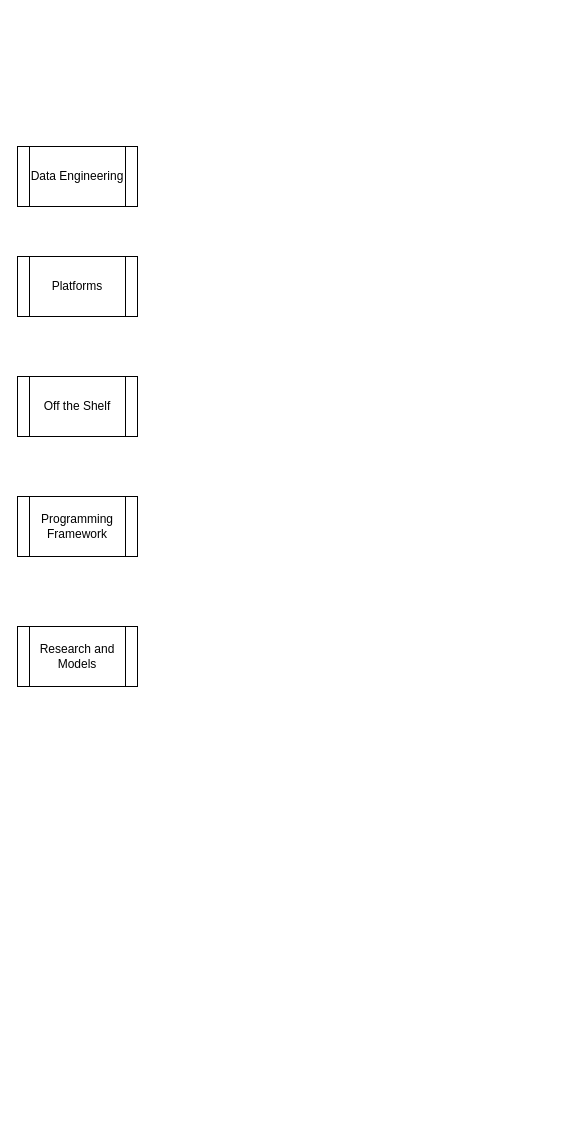
Before: SofAI Curriculum.drawio in lucas29/GenevaSchoolofAI, a draw.io diagram. Source tidied: cells renumbered, new cells numbered last; positions are measured from the earlier drawing's top-left corner, leaving out a move shared by most shapes. Both pictures are drawn from the tidied source at 100%, with x=0, y=0 at pixel (17, 146).
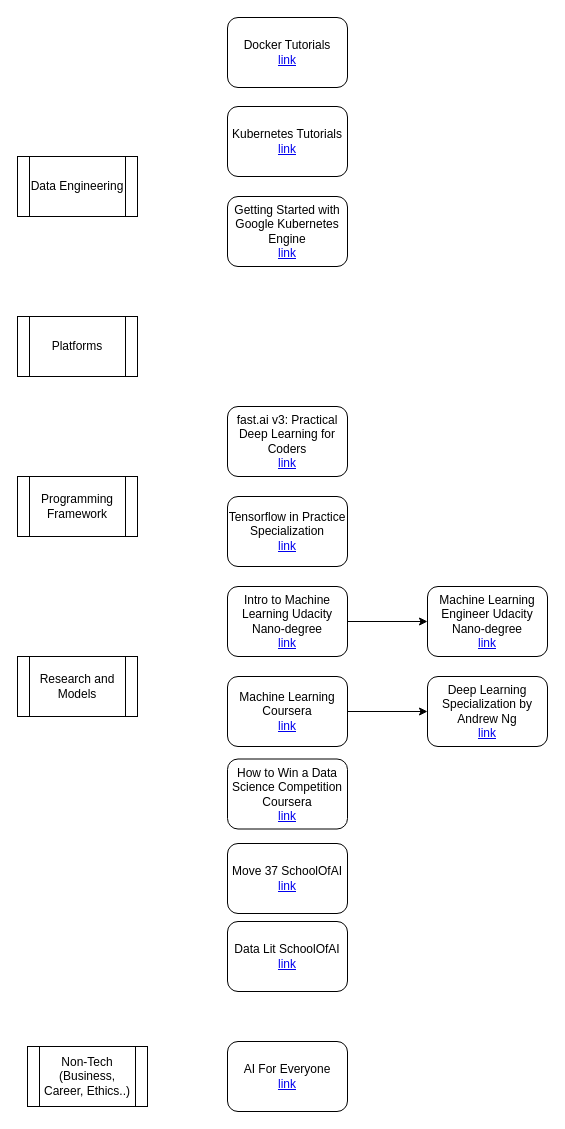
Above is the later version.

Diff of the diagram source:
```diff
@@
     <mxCell id="2" value="Data Engineering" style="shape=process;whiteSpace=wrap;html=1;backgroundOutline=1;" parent="1" vertex="1">
-      <mxGeometry width="120" height="60" as="geometry" />
+      <mxGeometry y="10" width="120" height="60" as="geometry" />
     </mxCell>
     <mxCell id="3" value="Platforms" style="shape=process;whiteSpace=wrap;html=1;backgroundOutline=1;" parent="1" vertex="1">
-      <mxGeometry y="110" width="120" height="60" as="geometry" />
+      <mxGeometry y="170" width="120" height="60" as="geometry" />
     </mxCell>
-    <mxCell id="4" value="Off the Shelf" style="shape=process;whiteSpace=wrap;html=1;backgroundOutline=1;" parent="1" vertex="1">
-      <mxGeometry y="230" width="120" height="60" as="geometry" />
-    </mxCell>
     <mxCell id="5" value="Programming Framework" style="shape=process;whiteSpace=wrap;html=1;backgroundOutline=1;" parent="1" vertex="1">
-      <mxGeometry y="350" width="120" height="60" as="geometry" />
+      <mxGeometry y="330" width="120" height="60" as="geometry" />
     </mxCell>
     <mxCell id="6" value="Research and Models" style="shape=process;whiteSpace=wrap;html=1;backgroundOutline=1;" parent="1" vertex="1">
-      <mxGeometry y="480" width="120" height="60" as="geometry" />
+      <mxGeometry y="510" width="120" height="60" as="geometry" />
     </mxCell>
+    <mxCell id="7" style="edgeStyle=orthogonalEdgeStyle;rounded=0;jettySize=auto;html=1;" parent="1" edge="1" source="8" target="9">
+      <mxGeometry relative="1" as="geometry" />
+    </mxCell>
+    <mxCell id="8" value="Machine Learning Coursera&lt;br&gt;&lt;a href=&quot;https://www.coursera.org/learn/machine-learning&quot;&gt;link&lt;/a&gt;&lt;br&gt;" style="rounded=1;whiteSpace=wrap;html=1;" parent="1" vertex="1">
+      <mxGeometry x="210" y="530" width="120" height="70" as="geometry" />
+    </mxCell>
+    <mxCell id="9" value="Deep Learning Specialization by Andrew Ng&lt;br&gt;&lt;a href=&quot;https://www.coursera.org/specializations/deep-learning&quot;&gt;link&lt;/a&gt;&lt;br&gt;" style="rounded=1;whiteSpace=wrap;html=1;" parent="1" vertex="1">
+      <mxGeometry x="410" y="530" width="120" height="70" as="geometry" />
+    </mxCell>
+    <mxCell id="10" value="Non-Tech (Business, Career, Ethics..)" style="shape=process;whiteSpace=wrap;html=1;backgroundOutline=1;" parent="1" vertex="1">
+      <mxGeometry x="10" y="900" width="120" height="60" as="geometry" />
+    </mxCell>
+    <mxCell id="11" value="AI For Everyone&lt;br&gt;&lt;a href=&quot;https://www.coursera.org/learn/ai-for-everyone&quot;&gt;link&lt;/a&gt;&lt;br&gt;" style="rounded=1;whiteSpace=wrap;html=1;" parent="1" vertex="1">
+      <mxGeometry x="210" y="895" width="120" height="70" as="geometry" />
+    </mxCell>
+    <mxCell id="12" value="Tensorflow in Practice Specialization&lt;br&gt;&lt;a href=&quot;https://www.coursera.org/specializations/tensorflow-in-practice&quot;&gt;link&lt;/a&gt;&lt;br&gt;" style="rounded=1;whiteSpace=wrap;html=1;" parent="1" vertex="1">
+      <mxGeometry x="210" y="350" width="120" height="70" as="geometry" />
+    </mxCell>
+    <mxCell id="13" value="fast.ai v3: Practical Deep Learning for Coders&lt;br&gt;&lt;a href=&quot;https://course.fast.ai/&quot;&gt;link&lt;/a&gt;&lt;br&gt;" style="rounded=1;whiteSpace=wrap;html=1;" parent="1" vertex="1">
+      <mxGeometry x="210" y="260" width="120" height="70" as="geometry" />
+    </mxCell>
+    <mxCell id="14" value="Move 37 SchoolOfAI&lt;br&gt;&lt;a href=&quot;https://www.theschool.ai/courses/move-37-course/&quot;&gt;link&lt;/a&gt;&lt;br&gt;" style="rounded=1;whiteSpace=wrap;html=1;" parent="1" vertex="1">
+      <mxGeometry x="210" y="697" width="120" height="70" as="geometry" />
+    </mxCell>
+    <mxCell id="15" value="Getting Started with Google Kubernetes Engine&lt;br&gt;&lt;a href=&quot;https://www.coursera.org/learn/google-kubernetes-engine&quot;&gt;link&lt;/a&gt;&lt;br&gt;" style="rounded=1;whiteSpace=wrap;html=1;" parent="1" vertex="1">
+      <mxGeometry x="210" y="50" width="120" height="70" as="geometry" />
+    </mxCell>
+    <mxCell id="16" value="Kubernetes Tutorials&lt;br&gt;&lt;a href=&quot;https://kubernetes.io/docs/tutorials/&quot;&gt;link&lt;/a&gt;&lt;br&gt;" style="rounded=1;whiteSpace=wrap;html=1;" parent="1" vertex="1">
+      <mxGeometry x="210" y="-40" width="120" height="70" as="geometry" />
+    </mxCell>
+    <mxCell id="17" value="Docker Tutorials&lt;br&gt;&lt;a href=&quot;https://docs.docker.com/get-started/&quot;&gt;link&lt;/a&gt;&lt;br&gt;" style="rounded=1;whiteSpace=wrap;html=1;" parent="1" vertex="1">
+      <mxGeometry x="210" y="-129" width="120" height="70" as="geometry" />
+    </mxCell>
+    <mxCell id="18" value="How to Win a Data Science Competition Coursera&lt;br&gt;&lt;a href=&quot;https://www.coursera.org/learn/competitive-data-science&quot;&gt;link&lt;/a&gt;&lt;br&gt;" style="rounded=1;whiteSpace=wrap;html=1;" parent="1" vertex="1">
+      <mxGeometry x="210" y="612.5" width="120" height="70" as="geometry" />
+    </mxCell>
+    <mxCell id="19" style="edgeStyle=orthogonalEdgeStyle;rounded=0;jettySize=auto;html=1;exitX=1;exitY=0.5;exitDx=0;exitDy=0;entryX=0;entryY=0.5;entryDx=0;entryDy=0;" parent="1" edge="1" source="20" target="21">
+      <mxGeometry relative="1" as="geometry" />
+    </mxCell>
+    <mxCell id="20" value="Intro to Machine Learning Udacity Nano-degree&lt;br&gt;&lt;a href=&quot;https://www.udacity.com/course/machine-learning-engineer-nanodegree--nd009t&quot;&gt;link&lt;/a&gt;&lt;br&gt;" style="rounded=1;whiteSpace=wrap;html=1;" parent="1" vertex="1">
+      <mxGeometry x="210" y="440" width="120" height="70" as="geometry" />
+    </mxCell>
+    <mxCell id="21" value="Machine Learning Engineer Udacity Nano-degree&lt;br&gt;&lt;a href=&quot;https://www.udacity.com/course/machine-learning-engineer-nanodegree--nd009t&quot;&gt;link&lt;/a&gt;&lt;br&gt;" style="rounded=1;whiteSpace=wrap;html=1;" parent="1" vertex="1">
+      <mxGeometry x="410" y="440" width="120" height="70" as="geometry" />
+    </mxCell>
+    <mxCell id="22" value="Data Lit SchoolOfAI&lt;br&gt;&lt;a href=&quot;https://www.theschool.ai/courses/data-lit/&quot;&gt;link&lt;/a&gt;&lt;br&gt;" style="rounded=1;whiteSpace=wrap;html=1;" parent="1" vertex="1">
+      <mxGeometry x="210" y="775" width="120" height="70" as="geometry" />
+    </mxCell>
```
